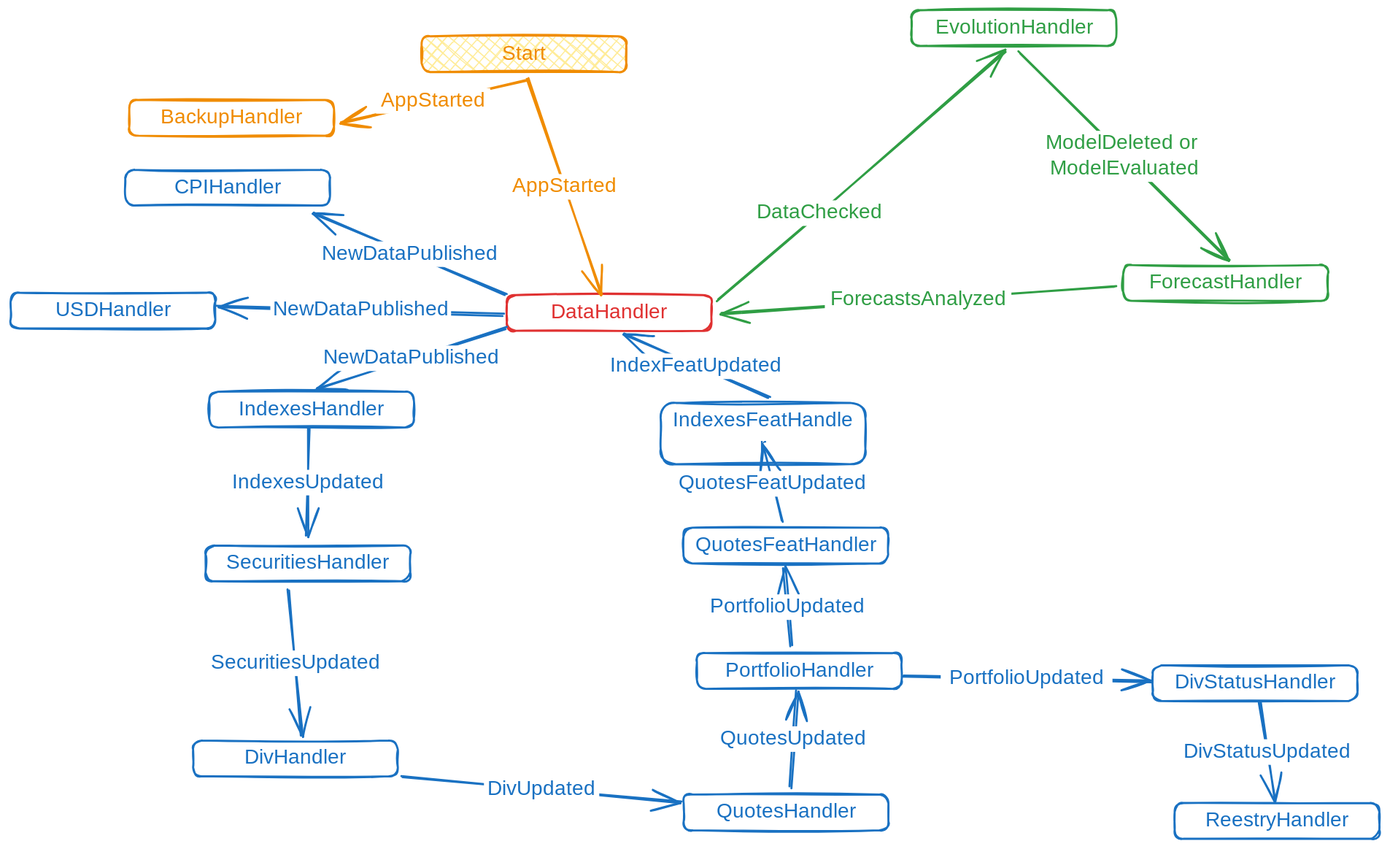
The Excalidraw diagram docs/.excalidraw.svg in WLM1ke/poptimizer, before a commit. Source tidied: one line per element, renumbered; positions are measured from the earlier drawing's top-left corner, leaving out a move shared by most shapes.
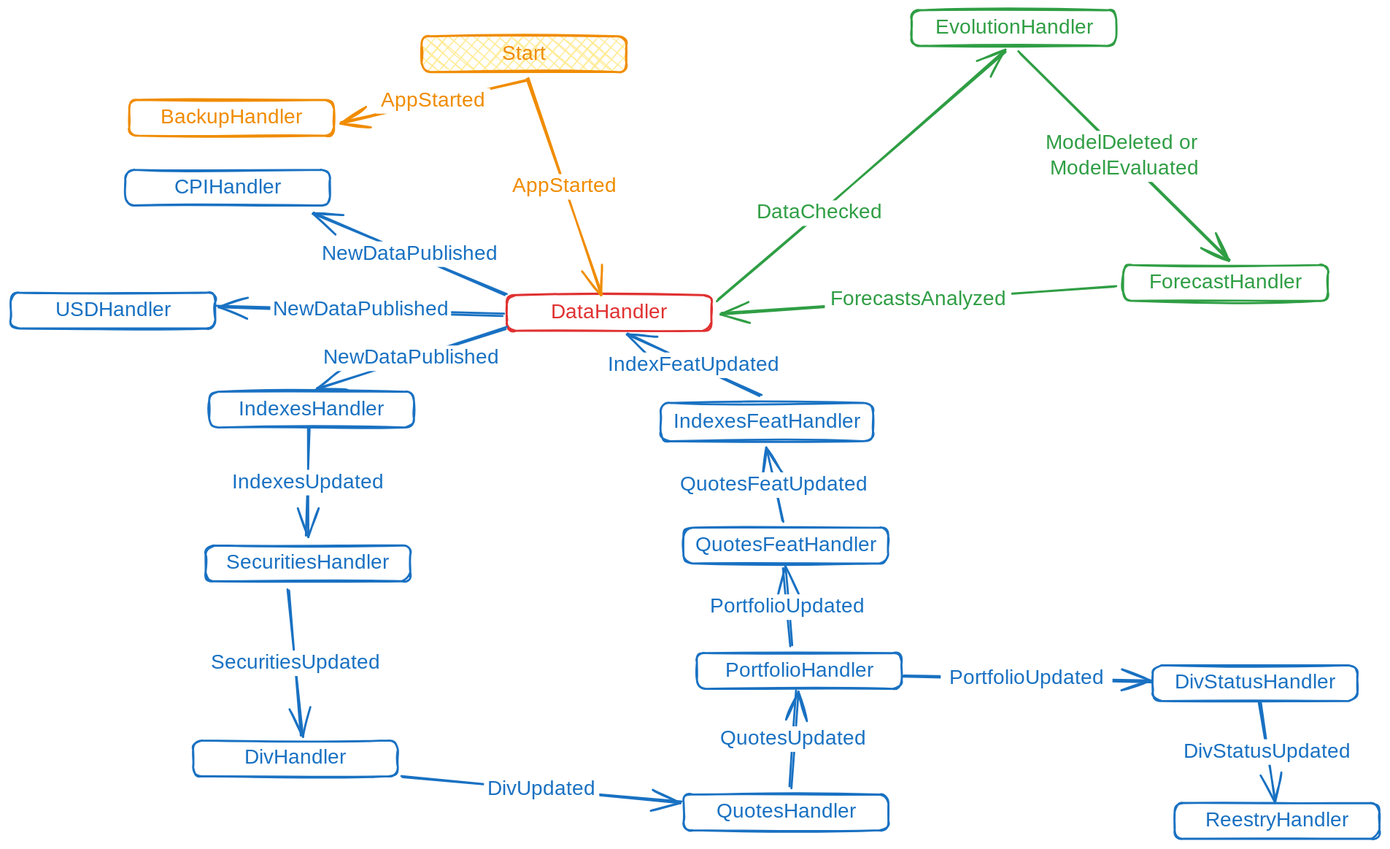
After the commit.

Change to the diagram source:
```diff
@@ -56,11 +56,11 @@
 {"id": 55, "type": "text", "text": "ModelDeleted or \nModelEvaluated", "strokeColor": "#2f9e44", "strokeWidth": 2, "roughness": 1, "fontSize": 20, "fontFamily": 1, "textAlign": "center", "verticalAlign": "middle", "inside": 54, "x": 939, "y": 122, "width": 170, "height": 50}
 {"id": 56, "type": "arrow", "strokeColor": "#2f9e44", "strokeWidth": 2, "roughness": 1, "endArrowhead": "arrow", "round": true, "from": 52, "to": 0, "x": 1081, "y": 270, "width": 385, "height": 26, "points": [[0, 0], [-385, 26]]}
 {"id": 57, "type": "text", "text": "ForecastsAnalyzed", "strokeColor": "#2f9e44", "strokeWidth": 2, "roughness": 1, "fontSize": 20, "fontFamily": 1, "textAlign": "center", "verticalAlign": "middle", "inside": 56, "x": 797, "y": 271, "width": 183, "height": 25}
-{"id": 58, "type": "arrow", "strokeColor": "#1971c2", "strokeWidth": 2, "roughness": 1, "endArrowhead": "arrow", "round": true, "from": 60, "to": 62, "x": 755, "y": 501, "width": 19, "height": 75, "points": [[0, 0], [-19, -75]]}
+{"id": 58, "type": "arrow", "strokeColor": "#1971c2", "strokeWidth": 2, "roughness": 1, "endArrowhead": "arrow", "round": true, "from": 60, "to": 62, "x": 756, "y": 501, "width": 17, "height": 73, "points": [[0, 0], [-17, -73]]}
 {"id": 59, "type": "text", "text": "QuotesFeatUpdated", "strokeColor": "#1971c2", "strokeWidth": 2, "roughness": 1, "fontSize": 20, "fontFamily": 1, "textAlign": "center", "verticalAlign": "middle", "inside": 58, "x": 575, "y": 362, "width": 199, "height": 25}
 {"id": 60, "type": "rectangle", "strokeColor": "#1971c2", "strokeWidth": 2, "roughness": 1, "round": true, "x": 659, "y": 507, "width": 200, "height": 35}
 {"id": 61, "type": "text", "text": "QuotesFeatHandler", "strokeColor": "#1971c2", "strokeWidth": 2, "roughness": 1, "fontSize": 20, "fontFamily": 1, "textAlign": "center", "verticalAlign": "middle", "inside": 60, "x": 666, "y": 512, "width": 187, "height": 25}
-{"id": 62, "type": "rectangle", "strokeColor": "#1971c2", "strokeWidth": 2, "roughness": 1, "round": true, "x": 637, "y": 384, "width": 200, "height": 60}
+{"id": 62, "type": "rectangle", "strokeColor": "#1971c2", "strokeWidth": 2, "roughness": 1, "round": true, "x": 637, "y": 384, "width": 208, "height": 37}
-{"id": 63, "type": "text", "text": "IndexesFeatHandle\nr", "strokeColor": "#1971c2", "strokeWidth": 2, "roughness": 1, "fontSize": 20, "fontFamily": 1, "textAlign": "center", "verticalAlign": "middle", "inside": 62, "x": 645, "y": 389, "width": 184, "height": 50}
+{"id": 63, "type": "text", "text": "IndexesFeatHandler", "strokeColor": "#1971c2", "strokeWidth": 2, "roughness": 1, "fontSize": 20, "fontFamily": 1, "textAlign": "center", "verticalAlign": "middle", "inside": 62, "x": 644, "y": 391, "width": 193, "height": 25}
-{"id": 64, "type": "arrow", "strokeColor": "#1971c2", "strokeWidth": 2, "roughness": 1, "endArrowhead": "arrow", "round": true, "from": 62, "to": 0, "x": 742, "y": 379, "width": 142, "height": 62, "points": [[0, 0], [-142, -62]]}
+{"id": 64, "type": "arrow", "strokeColor": "#1971c2", "strokeWidth": 2, "roughness": 1, "endArrowhead": "arrow", "round": true, "from": 62, "to": 0, "x": 734, "y": 378, "width": 130, "height": 60, "points": [[0, 0], [-130, -60]]}
 {"id": 65, "type": "text", "text": "IndexFeatUpdated", "strokeColor": "#1971c2", "strokeWidth": 2, "roughness": 1, "fontSize": 20, "fontFamily": 1, "textAlign": "center", "verticalAlign": "middle", "inside": 64, "x": 579, "y": 336, "width": 183, "height": 25}
```
